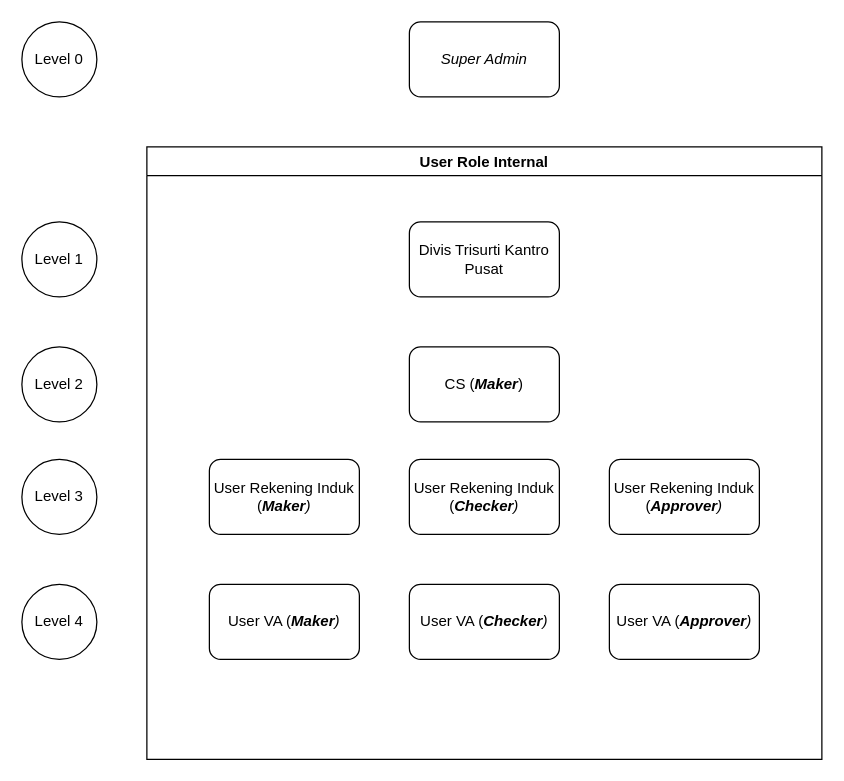
Before: page "Actor or User Role" (1 of 3) of actor-or-user-role.drawio in aribrilliantsyah/fsd_va_bpd_diy, a draw.io diagram. Source tidied: cells renumbered, new cells numbered last; positions are measured from the earlier drawing's top-left corner, leaving out a move shared by most shapes. Both pictures are drawn from the tidied source at 125%, with x=0, y=0 at pixel (21, 21).
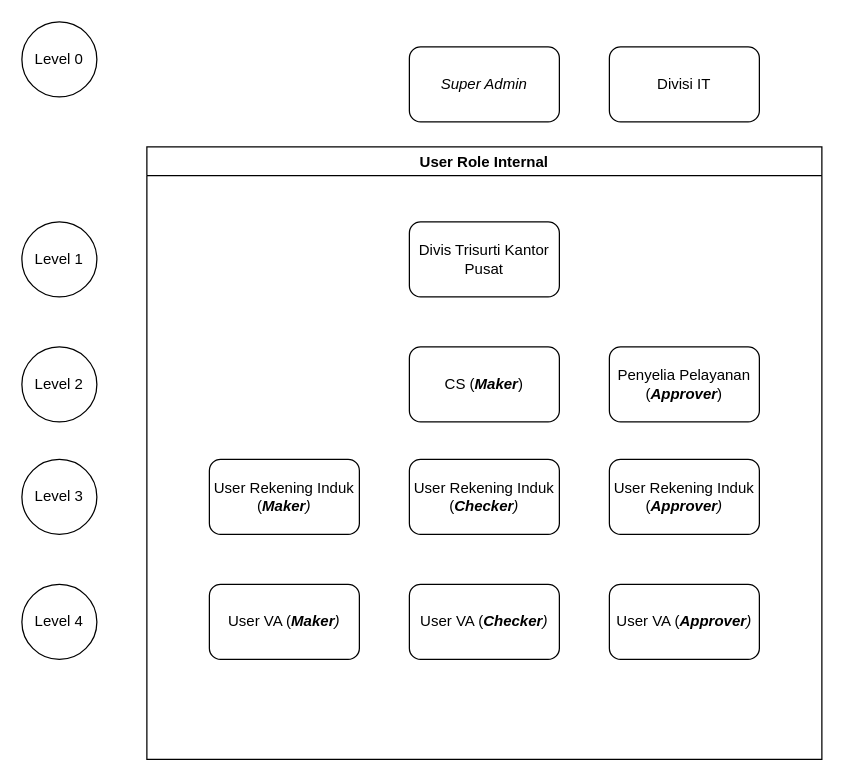
After the change.

What changed in the source:
```diff
@@
 <mxGraphModel>
   <root>
     <mxCell id="0" />
     <mxCell id="1" parent="0" />
-    <mxCell id="2" value="&lt;i&gt;Super Admin&lt;/i&gt;" style="rounded=1;whiteSpace=wrap;html=1;" parent="1" vertex="1">
-      <mxGeometry x="310" width="120" height="60" as="geometry" />
-    </mxCell>
     <mxCell id="3" value="User Role Internal" style="swimlane;" parent="1" vertex="1">
       <mxGeometry x="100" y="100" width="540" height="490" as="geometry" />
     </mxCell>
     <mxCell id="4" value="CS (&lt;i&gt;&lt;b&gt;Maker&lt;/b&gt;&lt;/i&gt;)" style="rounded=1;whiteSpace=wrap;html=1;" parent="3" vertex="1">
       <mxGeometry x="210" y="160" width="120" height="60" as="geometry" />
     </mxCell>
     <mxCell id="5" value="User Rekening Induk (&lt;i&gt;&lt;b&gt;Maker&lt;/b&gt;)&lt;/i&gt;" style="rounded=1;whiteSpace=wrap;html=1;" parent="3" vertex="1">
       <mxGeometry x="50" y="250" width="120" height="60" as="geometry" />
     </mxCell>
     <mxCell id="6" value="User Rekening Induk (&lt;i&gt;&lt;b&gt;Checker&lt;/b&gt;)&lt;/i&gt;" style="rounded=1;whiteSpace=wrap;html=1;" parent="3" vertex="1">
       <mxGeometry x="210" y="250" width="120" height="60" as="geometry" />
     </mxCell>
     <mxCell id="7" value="User Rekening Induk (&lt;i&gt;&lt;b&gt;Approver&lt;/b&gt;)&lt;/i&gt;" style="rounded=1;whiteSpace=wrap;html=1;" parent="3" vertex="1">
       <mxGeometry x="370" y="250" width="120" height="60" as="geometry" />
     </mxCell>
     <mxCell id="8" value="User VA (&lt;i&gt;&lt;b&gt;Maker&lt;/b&gt;)&lt;/i&gt;" style="rounded=1;whiteSpace=wrap;html=1;" parent="3" vertex="1">
       <mxGeometry x="50" y="350" width="120" height="60" as="geometry" />
     </mxCell>
     <mxCell id="9" value="User VA (&lt;i&gt;&lt;b&gt;Checker&lt;/b&gt;)&lt;/i&gt;" style="rounded=1;whiteSpace=wrap;html=1;" parent="3" vertex="1">
       <mxGeometry x="210" y="350" width="120" height="60" as="geometry" />
     </mxCell>
     <mxCell id="10" value="User VA (&lt;i&gt;&lt;b&gt;Approver&lt;/b&gt;)&lt;/i&gt;" style="rounded=1;whiteSpace=wrap;html=1;" parent="3" vertex="1">
       <mxGeometry x="370" y="350" width="120" height="60" as="geometry" />
     </mxCell>
-    <mxCell id="11" value="Divis Trisurti Kantro Pusat" style="rounded=1;whiteSpace=wrap;html=1;" parent="3" vertex="1">
+    <mxCell id="11" value="Divis Trisurti Kantor Pusat" style="rounded=1;whiteSpace=wrap;html=1;" parent="3" vertex="1">
       <mxGeometry x="210" y="60" width="120" height="60" as="geometry" />
     </mxCell>
+    <mxCell id="17" value="Penyelia Pelayanan (&lt;b&gt;&lt;i&gt;Approver&lt;/i&gt;&lt;/b&gt;)" style="rounded=1;whiteSpace=wrap;html=1;" parent="3" vertex="1">
+      <mxGeometry x="370" y="160" width="120" height="60" as="geometry" />
+    </mxCell>
     <mxCell id="12" value="Level 1" style="ellipse;whiteSpace=wrap;html=1;" parent="1" vertex="1">
       <mxGeometry y="160" width="60" height="60" as="geometry" />
     </mxCell>
     <mxCell id="13" value="Level 2" style="ellipse;whiteSpace=wrap;html=1;" parent="1" vertex="1">
       <mxGeometry y="260" width="60" height="60" as="geometry" />
     </mxCell>
     <mxCell id="14" value="Level 3" style="ellipse;whiteSpace=wrap;html=1;" parent="1" vertex="1">
       <mxGeometry y="350" width="60" height="60" as="geometry" />
     </mxCell>
     <mxCell id="15" value="Level 4" style="ellipse;whiteSpace=wrap;html=1;" parent="1" vertex="1">
       <mxGeometry y="450" width="60" height="60" as="geometry" />
     </mxCell>
     <mxCell id="16" value="Level 0" style="ellipse;whiteSpace=wrap;html=1;" parent="1" vertex="1">
       <mxGeometry width="60" height="60" as="geometry" />
     </mxCell>
+    <mxCell id="2" value="&lt;i&gt;Super Admin&lt;/i&gt;" style="rounded=1;whiteSpace=wrap;html=1;" parent="1" vertex="1">
+      <mxGeometry x="310" y="20" width="120" height="60" as="geometry" />
+    </mxCell>
+    <mxCell id="18" value="Divisi IT" style="rounded=1;whiteSpace=wrap;html=1;" parent="1" vertex="1">
+      <mxGeometry x="470" y="20" width="120" height="60" as="geometry" />
+    </mxCell>
   </root>
 </mxGraphModel>
```
